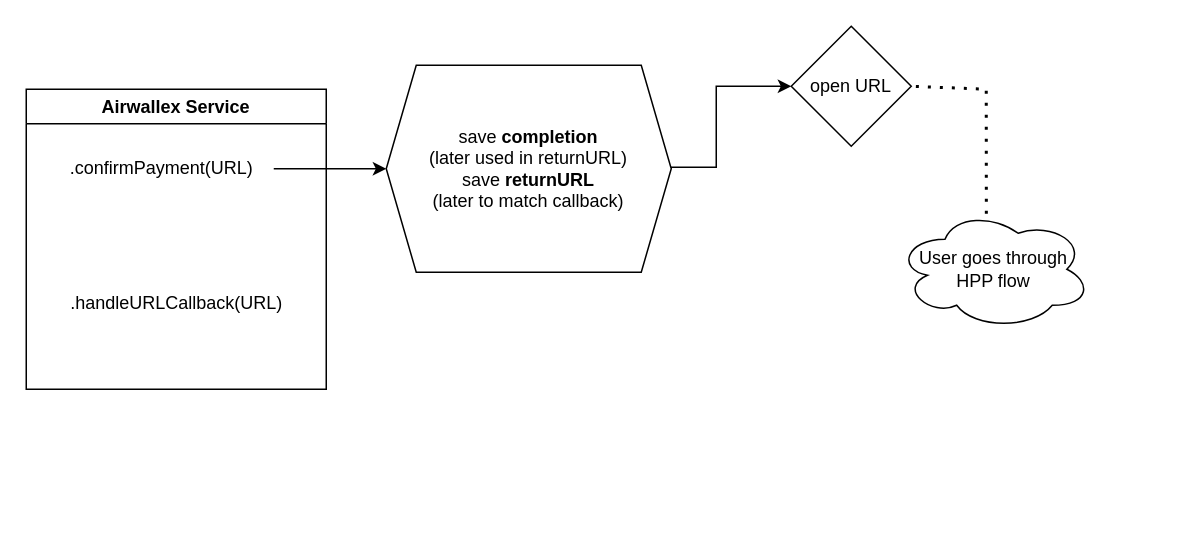
supersun17/Flow-charts keeps this draw.io diagram as Airwallex.drawio. Above is the earlier version. Source tidied: cells renumbered, new cells numbered last; positions are measured from the earlier drawing's top-left corner, leaving out a move shared by most shapes. Both pictures are drawn from the tidied source at 150%, with x=0, y=0 at pixel (26, 26).
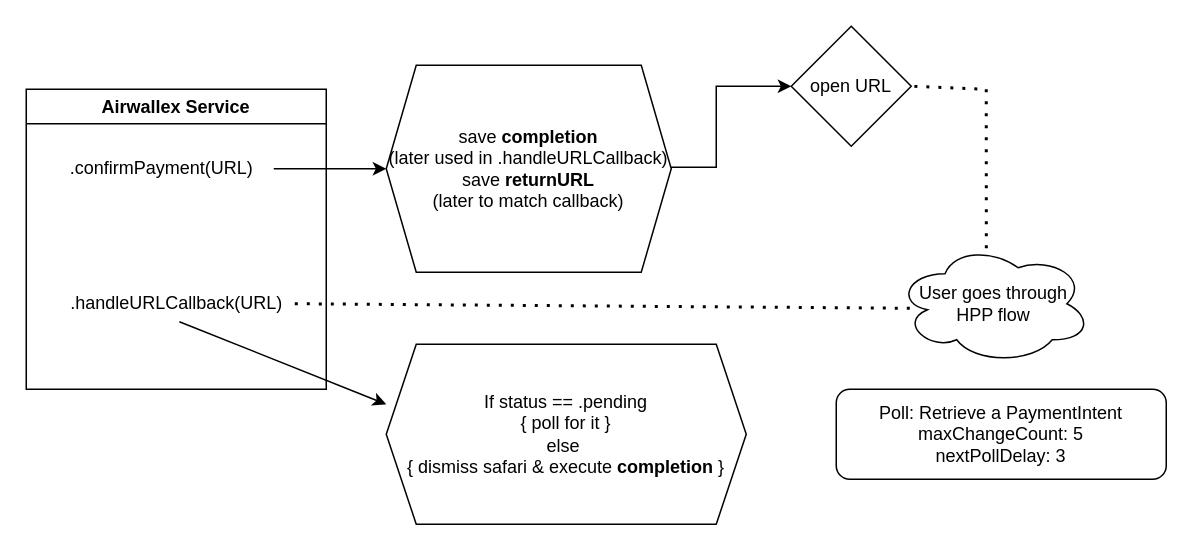
The same page after the edit.

Diff of the diagram source:
```diff
@@
 <mxGraphModel>
   <root>
     <mxCell id="0" />
     <mxCell id="1" parent="0" />
     <mxCell id="2" value="Airwallex Service" style="swimlane;whiteSpace=wrap;html=1;" parent="1" vertex="1">
       <mxGeometry y="42" width="200" height="200" as="geometry" />
     </mxCell>
     <mxCell id="3" style="edgeStyle=orthogonalEdgeStyle;rounded=0;jettySize=auto;html=1;" parent="1" edge="1" source="4">
       <mxGeometry relative="1" as="geometry">
         <mxPoint x="240" y="95" as="targetPoint" />
       </mxGeometry>
     </mxCell>
     <mxCell id="4" value=".confirmPayment(URL)" style="text;html=1;align=center;verticalAlign=middle;points=[];strokeColor=none;fillColor=none;" parent="1" vertex="1">
       <mxGeometry x="15" y="80" width="150" height="30" as="geometry" />
     </mxCell>
     <mxCell id="5" style="edgeStyle=orthogonalEdgeStyle;rounded=0;jettySize=auto;html=1;exitX=1;exitY=0.5;exitDx=0;exitDy=0;entryX=0;entryY=0.5;entryDx=0;entryDy=0;" parent="1" edge="1" source="7" target="6">
       <mxGeometry relative="1" as="geometry">
         <Array as="points">
           <mxPoint x="430" y="94" />
           <mxPoint x="460" y="94" />
           <mxPoint x="460" y="40" />
         </Array>
       </mxGeometry>
     </mxCell>
     <mxCell id="6" value="open URL" style="rhombus;whiteSpace=wrap;html=1;" parent="1" vertex="1">
       <mxGeometry x="510" width="80" height="80" as="geometry" />
     </mxCell>
-    <mxCell id="7" value="&lt;div&gt;save &lt;b&gt;completion&lt;/b&gt;&lt;/div&gt;&lt;div&gt;(later used in returnURL)&lt;/div&gt;&lt;div&gt;save &lt;b&gt;returnURL&lt;/b&gt;&lt;/div&gt;&lt;div&gt;(later to match callback)&lt;/div&gt;" style="shape=hexagon;perimeter=hexagonPerimeter2;whiteSpace=wrap;html=1;fixedSize=1;" parent="1" vertex="1">
+    <mxCell id="7" value="&lt;div&gt;save &lt;b&gt;completion&lt;/b&gt;&lt;/div&gt;&lt;div&gt;(later used in .handleURLCallback)&lt;/div&gt;&lt;div&gt;save &lt;b&gt;returnURL&lt;/b&gt;&lt;/div&gt;&lt;div&gt;(later to match callback)&lt;/div&gt;" style="shape=hexagon;perimeter=hexagonPerimeter2;whiteSpace=wrap;html=1;fixedSize=1;" parent="1" vertex="1">
       <mxGeometry x="240" y="26" width="190" height="138" as="geometry" />
     </mxCell>
     <mxCell id="8" style="endArrow=none;dashed=1;html=1;dashPattern=1 3;strokeWidth=2;rounded=0;entryX=1;entryY=0.5;entryDx=0;entryDy=0;exitX=0.462;exitY=0.038;exitDx=0;exitDy=0;exitPerimeter=0;" parent="1" edge="1" source="9" target="6">
       <mxGeometry relative="1" as="geometry">
         <Array as="points">
           <mxPoint x="640" y="42" />
         </Array>
       </mxGeometry>
     </mxCell>
     <mxCell id="9" value="User goes through&lt;div&gt;HPP flow&lt;/div&gt;" style="ellipse;shape=cloud;whiteSpace=wrap;html=1;" parent="1" vertex="1">
-      <mxGeometry x="580" y="122" width="130" height="80" as="geometry" />
+      <mxGeometry x="580" y="145" width="130" height="80" as="geometry" />
     </mxCell>
     <mxCell id="10" value=".handleURLCallback(URL)" style="text;html=1;align=center;verticalAlign=middle;points=[];strokeColor=none;fillColor=none;" parent="1" vertex="1">
       <mxGeometry x="20" y="170" width="160" height="30" as="geometry" />
     </mxCell>
+    <mxCell id="11" style="endArrow=none;dashed=1;html=1;dashPattern=1 3;strokeWidth=2;rounded=0;entryX=0.115;entryY=0.538;entryDx=0;entryDy=0;entryPerimeter=0;exitX=0.994;exitY=0.5;exitDx=0;exitDy=0;exitPerimeter=0;" parent="1" edge="1" source="10" target="9">
+      <mxGeometry relative="1" as="geometry" />
+    </mxCell>
+    <mxCell id="12" style="endArrow=classic;html=1;rounded=0;exitX=0.513;exitY=0.9;exitDx=0;exitDy=0;exitPerimeter=0;" parent="1" edge="1" source="10">
+      <mxGeometry relative="1" as="geometry">
+        <mxPoint x="240" y="252" as="targetPoint" />
+      </mxGeometry>
+    </mxCell>
+    <mxCell id="13" value="If status == .pending&lt;div&gt;{ poll for it }&lt;/div&gt;&lt;div&gt;else&amp;nbsp;&lt;/div&gt;&lt;div&gt;{ dismiss safari&amp;nbsp;&lt;span style=&quot;background-color: transparent; color: light-dark(rgb(0, 0, 0), rgb(255, 255, 255));&quot;&gt;&amp;amp;&amp;nbsp;&lt;/span&gt;&lt;span style=&quot;background-color: transparent; color: light-dark(rgb(0, 0, 0), rgb(255, 255, 255));&quot;&gt;execute &lt;/span&gt;&lt;b style=&quot;background-color: transparent; color: light-dark(rgb(0, 0, 0), rgb(255, 255, 255));&quot;&gt;completion&lt;/b&gt;&lt;span style=&quot;background-color: transparent; color: light-dark(rgb(0, 0, 0), rgb(255, 255, 255));&quot;&gt; }&lt;/span&gt;&lt;/div&gt;" style="shape=hexagon;perimeter=hexagonPerimeter2;whiteSpace=wrap;html=1;fixedSize=1;" parent="1" vertex="1">
+      <mxGeometry x="240" y="212" width="240" height="120" as="geometry" />
+    </mxCell>
+    <mxCell id="14" value="Poll:&amp;nbsp;&lt;span style=&quot;background-color: transparent;&quot;&gt;Retrieve a PaymentIntent&lt;/span&gt;&lt;div&gt;&lt;span style=&quot;background-color: transparent; color: light-dark(rgb(0, 0, 0), rgb(255, 255, 255));&quot;&gt;maxChangeCount: 5&lt;/span&gt;&lt;/div&gt;&lt;div&gt;nextPollDelay: 3&lt;/div&gt;" style="rounded=1;whiteSpace=wrap;html=1;" parent="1" vertex="1">
+      <mxGeometry x="540" y="242" width="220" height="60" as="geometry" />
+    </mxCell>
   </root>
 </mxGraphModel>
```
